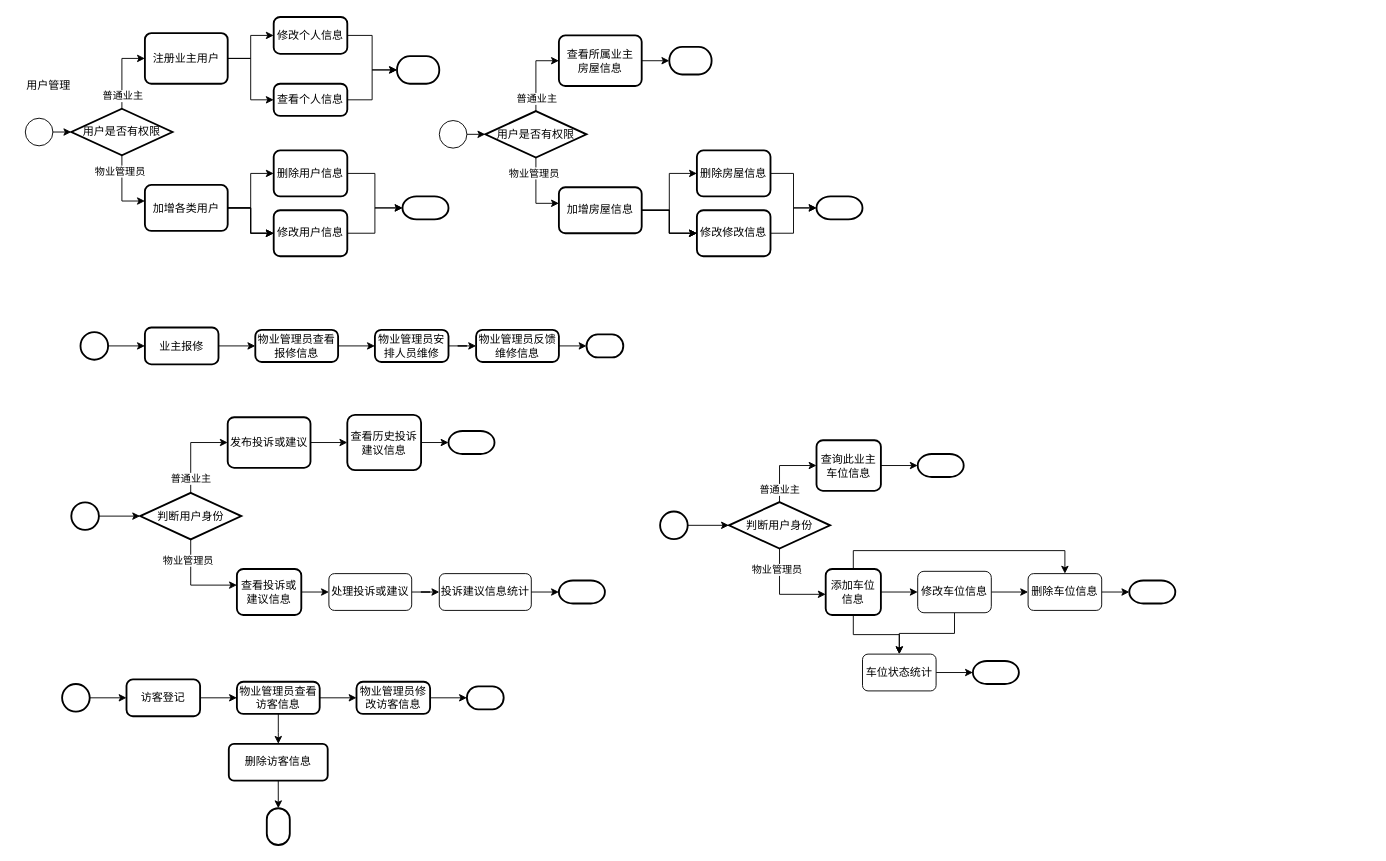
This is page "第 4 页" (4 of 4) of projectfiles/uml/安居小区物业管理系统.drawio from KuChanMaster/PropertiesManager, a draw.io file, before an edit. Source tidied: cells renumbered, new cells numbered last; positions are measured from the earlier drawing's top-left corner, leaving out a move shared by most shapes. Both pictures are drawn from the tidied source at 92%, with x=0, y=0 at pixel (16, 17).
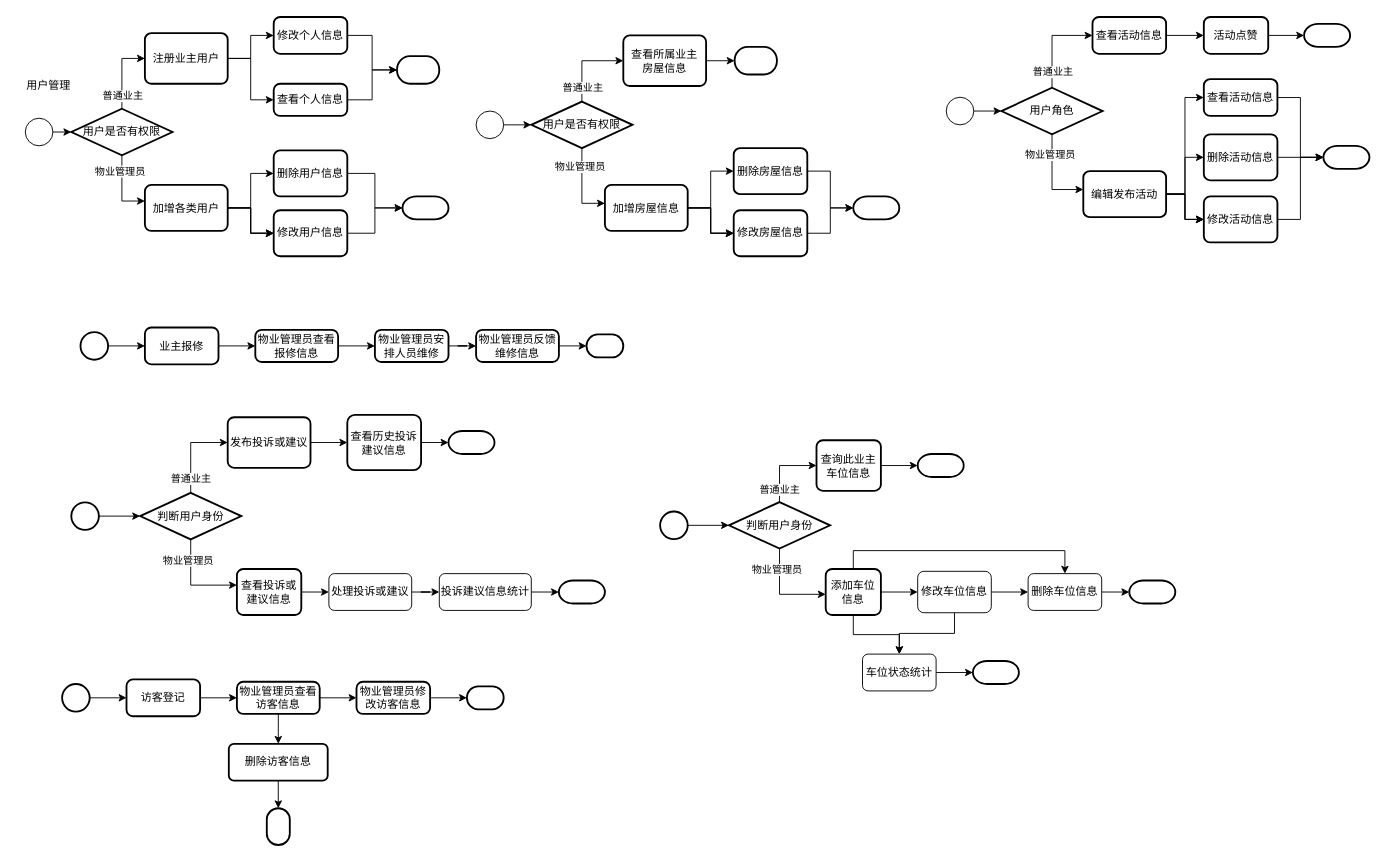
After the change.

The edit, as a diff of the source:
```diff
@@
     <mxCell id="28" style="verticalLabelPosition=bottom;verticalAlign=top;html=1;shape=mxgraph.flowchart.on-page_reference;" parent="1" vertex="1">
-      <mxGeometry x="460" y="112.5" width="30" height="30" as="geometry" />
+      <mxGeometry x="500" y="102.2" width="30" height="30" as="geometry" />
     </mxCell>
@@
     <mxCell id="30" value="查看所属业主&lt;div&gt;房屋信息&lt;/div&gt;" style="rounded=1;whiteSpace=wrap;html=1;absoluteArcSize=1;arcSize=14;strokeWidth=2;" parent="1" vertex="1">
-      <mxGeometry x="590" y="20" width="90" height="55" as="geometry" />
+      <mxGeometry x="660" y="20" width="90" height="55" as="geometry" />
     </mxCell>
@@
     <mxCell id="35" value="用户是否有权限" style="strokeWidth=2;html=1;shape=mxgraph.flowchart.decision;whiteSpace=wrap;" parent="1" vertex="1">
-      <mxGeometry x="510" y="102.2" width="110" height="50.6" as="geometry" />
+      <mxGeometry x="560" y="91.9" width="110" height="50.6" as="geometry" />
     </mxCell>
@@
     <mxCell id="41" value="加增房屋信息" style="rounded=1;whiteSpace=wrap;html=1;absoluteArcSize=1;arcSize=14;strokeWidth=2;" parent="1" vertex="1">
-      <mxGeometry x="590" y="185" width="90" height="50" as="geometry" />
+      <mxGeometry x="640" y="182.5" width="90" height="50" as="geometry" />
     </mxCell>
     <mxCell id="42" style="strokeWidth=2;html=1;shape=mxgraph.flowchart.terminator;whiteSpace=wrap;" parent="1" vertex="1">
-      <mxGeometry x="710" y="32.5" width="46" height="30" as="geometry" />
+      <mxGeometry x="781" y="32.5" width="46" height="30" as="geometry" />
     </mxCell>
-    <mxCell id="43" value="修改修改信息" style="rounded=1;whiteSpace=wrap;html=1;absoluteArcSize=1;arcSize=14;strokeWidth=2;" parent="1" vertex="1">
-      <mxGeometry x="740" y="210" width="80" height="50" as="geometry" />
+    <mxCell id="43" value="修改房屋信息" style="rounded=1;whiteSpace=wrap;html=1;absoluteArcSize=1;arcSize=14;strokeWidth=2;" parent="1" vertex="1">
+      <mxGeometry x="780" y="210" width="80" height="50" as="geometry" />
     </mxCell>
     <mxCell id="44" value="删除房屋信息" style="whiteSpace=wrap;html=1;rounded=1;arcSize=14;strokeWidth=2;" parent="1" vertex="1">
-      <mxGeometry x="740" y="145" width="80" height="50" as="geometry" />
+      <mxGeometry x="780" y="142.5" width="80" height="50" as="geometry" />
     </mxCell>
     <mxCell id="45" style="strokeWidth=2;html=1;shape=mxgraph.flowchart.terminator;whiteSpace=wrap;" parent="1" vertex="1">
-      <mxGeometry x="870" y="195" width="50" height="25" as="geometry" />
+      <mxGeometry x="910" y="195" width="50" height="25" as="geometry" />
     </mxCell>
@@
+    <mxCell id="114" style="verticalLabelPosition=bottom;verticalAlign=top;html=1;shape=mxgraph.flowchart.on-page_reference;" parent="1" vertex="1">
+      <mxGeometry x="1011" y="87.2" width="30" height="30" as="geometry" />
+    </mxCell>
+    <mxCell id="115" style="edgeStyle=orthogonalEdgeStyle;rounded=0;jettySize=auto;html=1;exitX=1;exitY=0.5;exitDx=0;exitDy=0;" parent="1" edge="1" source="116" target="134">
+      <mxGeometry relative="1" as="geometry" />
+    </mxCell>
+    <mxCell id="116" value="查看活动信息" style="rounded=1;whiteSpace=wrap;html=1;absoluteArcSize=1;arcSize=14;strokeWidth=2;" parent="1" vertex="1">
+      <mxGeometry x="1170" width="80" height="40" as="geometry" />
+    </mxCell>
+    <mxCell id="117" style="edgeStyle=orthogonalEdgeStyle;rounded=0;jettySize=auto;html=1;exitX=0.5;exitY=0;exitDx=0;exitDy=0;exitPerimeter=0;entryX=0;entryY=0.5;entryDx=0;entryDy=0;" parent="1" edge="1" source="121" target="116">
+      <mxGeometry relative="1" as="geometry" />
+    </mxCell>
+    <mxCell id="118" value="普通业主" style="edgeLabel;html=1;align=center;verticalAlign=middle;" parent="117" vertex="1">
+      <mxGeometry x="-0.66" relative="1" as="geometry" />
+    </mxCell>
+    <mxCell id="119" style="edgeStyle=orthogonalEdgeStyle;rounded=0;jettySize=auto;html=1;exitX=0.5;exitY=1;exitDx=0;exitDy=0;exitPerimeter=0;" parent="1" edge="1" source="121" target="128">
+      <mxGeometry relative="1" as="geometry">
+        <Array as="points">
+          <mxPoint x="1166" y="187.5" />
+        </Array>
+      </mxGeometry>
+    </mxCell>
+    <mxCell id="120" value="物业管理员" style="edgeLabel;html=1;align=center;verticalAlign=middle;" parent="119" vertex="1">
+      <mxGeometry x="-0.54" y="-3" relative="1" as="geometry" />
+    </mxCell>
+    <mxCell id="121" value="用户角色" style="strokeWidth=2;html=1;shape=mxgraph.flowchart.decision;whiteSpace=wrap;" parent="1" vertex="1">
+      <mxGeometry x="1071" y="76.9" width="110" height="50.6" as="geometry" />
+    </mxCell>
+    <mxCell id="122" style="edgeStyle=orthogonalEdgeStyle;rounded=0;jettySize=auto;html=1;exitX=1;exitY=0.5;exitDx=0;exitDy=0;exitPerimeter=0;entryX=0;entryY=0.5;entryDx=0;entryDy=0;entryPerimeter=0;" parent="1" edge="1" source="114" target="121">
+      <mxGeometry relative="1" as="geometry" />
+    </mxCell>
+    <mxCell id="123" style="edgeStyle=orthogonalEdgeStyle;rounded=0;jettySize=auto;html=1;exitX=1;exitY=0.5;exitDx=0;exitDy=0;entryX=0;entryY=0.5;entryDx=0;entryDy=0;" parent="1" edge="1" source="128" target="129">
+      <mxGeometry relative="1" as="geometry" />
+    </mxCell>
+    <mxCell id="124" style="edgeStyle=orthogonalEdgeStyle;rounded=0;jettySize=auto;html=1;" parent="1" edge="1" source="128" target="129">
+      <mxGeometry relative="1" as="geometry" />
+    </mxCell>
+    <mxCell id="125" style="edgeStyle=orthogonalEdgeStyle;rounded=0;jettySize=auto;html=1;" parent="1" edge="1" source="128" target="129">
+      <mxGeometry relative="1" as="geometry" />
+    </mxCell>
+    <mxCell id="126" style="edgeStyle=orthogonalEdgeStyle;rounded=0;jettySize=auto;html=1;" parent="1" edge="1" source="128" target="130">
+      <mxGeometry relative="1" as="geometry" />
+    </mxCell>
+    <mxCell id="127" style="edgeStyle=orthogonalEdgeStyle;rounded=0;jettySize=auto;html=1;exitX=1;exitY=0.5;exitDx=0;exitDy=0;entryX=0;entryY=0.5;entryDx=0;entryDy=0;" parent="1" edge="1" source="128" target="137">
+      <mxGeometry relative="1" as="geometry" />
+    </mxCell>
+    <mxCell id="128" value="编辑发布活动" style="rounded=1;whiteSpace=wrap;html=1;absoluteArcSize=1;arcSize=14;strokeWidth=2;" parent="1" vertex="1">
+      <mxGeometry x="1160" y="167.5" width="90" height="50" as="geometry" />
+    </mxCell>
+    <mxCell id="129" value="修改活动信息" style="rounded=1;whiteSpace=wrap;html=1;absoluteArcSize=1;arcSize=14;strokeWidth=2;" parent="1" vertex="1">
+      <mxGeometry x="1291" y="195" width="80" height="50" as="geometry" />
+    </mxCell>
+    <mxCell id="130" value="删除活动信息" style="whiteSpace=wrap;html=1;rounded=1;arcSize=14;strokeWidth=2;" parent="1" vertex="1">
+      <mxGeometry x="1291" y="127.5" width="80" height="50" as="geometry" />
+    </mxCell>
+    <mxCell id="131" style="strokeWidth=2;html=1;shape=mxgraph.flowchart.terminator;whiteSpace=wrap;" parent="1" vertex="1">
+      <mxGeometry x="1421" y="140" width="50" height="25" as="geometry" />
+    </mxCell>
+    <mxCell id="132" style="edgeStyle=orthogonalEdgeStyle;rounded=0;jettySize=auto;html=1;exitX=1;exitY=0.5;exitDx=0;exitDy=0;entryX=0;entryY=0.5;entryDx=0;entryDy=0;entryPerimeter=0;" parent="1" edge="1" source="130" target="131">
+      <mxGeometry relative="1" as="geometry" />
+    </mxCell>
+    <mxCell id="133" style="edgeStyle=orthogonalEdgeStyle;rounded=0;jettySize=auto;html=1;exitX=1;exitY=0.5;exitDx=0;exitDy=0;entryX=0;entryY=0.5;entryDx=0;entryDy=0;entryPerimeter=0;" parent="1" edge="1" source="129" target="131">
+      <mxGeometry relative="1" as="geometry" />
+    </mxCell>
+    <mxCell id="134" value="活动点赞" style="rounded=1;whiteSpace=wrap;html=1;absoluteArcSize=1;arcSize=14;strokeWidth=2;" parent="1" vertex="1">
+      <mxGeometry x="1291" width="70" height="40" as="geometry" />
+    </mxCell>
+    <mxCell id="135" style="strokeWidth=2;html=1;shape=mxgraph.flowchart.terminator;whiteSpace=wrap;" parent="1" vertex="1">
+      <mxGeometry x="1400" y="7.5" width="50" height="25" as="geometry" />
+    </mxCell>
+    <mxCell id="136" style="edgeStyle=orthogonalEdgeStyle;rounded=0;jettySize=auto;html=1;exitX=1;exitY=0.5;exitDx=0;exitDy=0;entryX=0;entryY=0.5;entryDx=0;entryDy=0;entryPerimeter=0;" parent="1" edge="1" source="134" target="135">
+      <mxGeometry relative="1" as="geometry" />
+    </mxCell>
+    <mxCell id="137" value="查看活动信息" style="rounded=1;whiteSpace=wrap;html=1;absoluteArcSize=1;arcSize=14;strokeWidth=2;" parent="1" vertex="1">
+      <mxGeometry x="1291" y="67.5" width="80" height="40" as="geometry" />
+    </mxCell>
+    <mxCell id="138" style="edgeStyle=orthogonalEdgeStyle;rounded=0;jettySize=auto;html=1;exitX=1;exitY=0.5;exitDx=0;exitDy=0;entryX=0;entryY=0.5;entryDx=0;entryDy=0;entryPerimeter=0;" parent="1" edge="1" source="137" target="131">
+      <mxGeometry relative="1" as="geometry" />
+    </mxCell>
```
